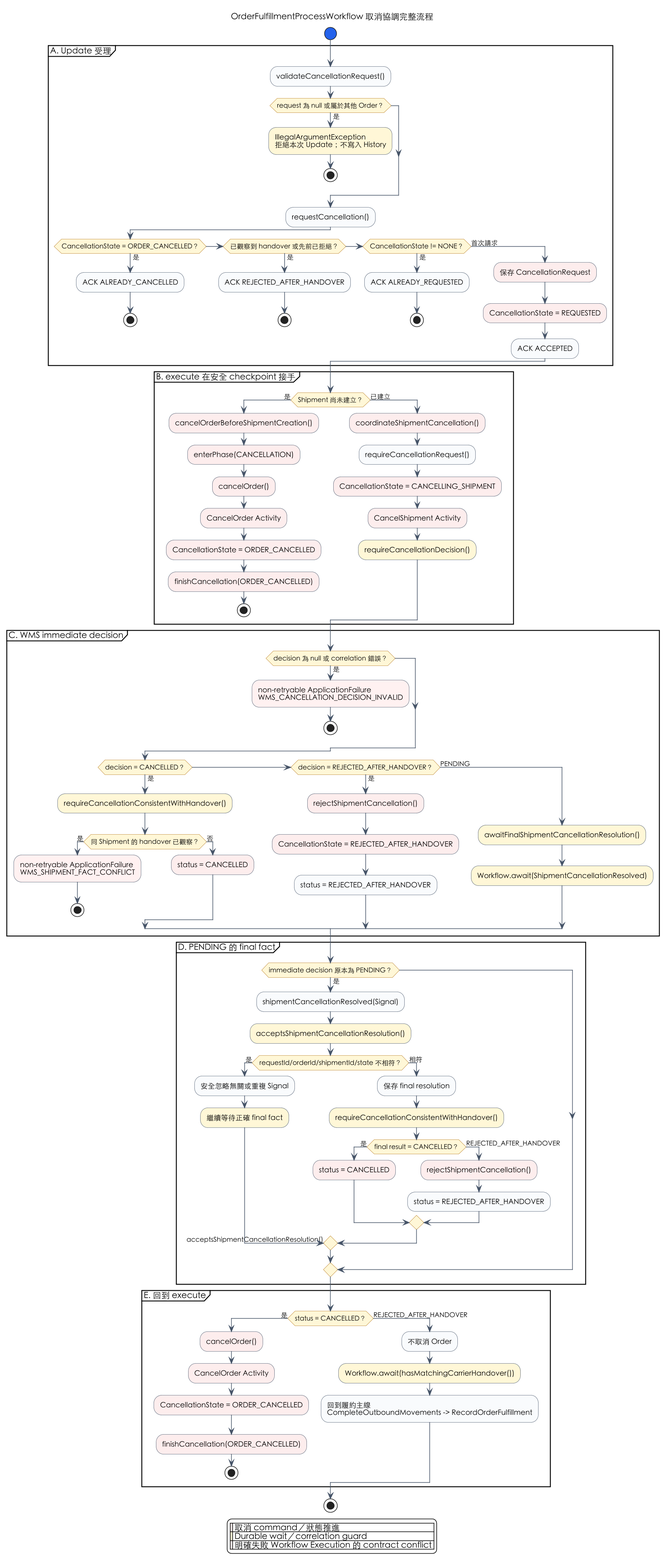
Above: docs/order-fulfillment-process-cancellation-flow.png in zhjiangexe/order-allocation-arch-demo (PlantUML), before the change. Source of this version:
```plantuml
@startuml
title OrderFulfillmentProcessWorkflow 取消協調完整流程

skinparam defaultFontName "Heiti TC"
skinparam dpi 150
skinparam shadowing false
skinparam backgroundColor white
skinparam ArrowColor #475569
skinparam ActivityBorderColor #475569
skinparam ActivityBackgroundColor #F8FAFC
skinparam ActivityDiamondBackgroundColor #FFF7D6
skinparam ActivityDiamondBorderColor #B7791F
skinparam ActivityStartColor #2563EB
skinparam ActivityEndColor #2563EB
skinparam NoteBorderColor #B7791F
skinparam NoteBackgroundColor #FFF7D6

start

partition "A. Update 受理" {
  :validateCancellationRequest();
  if (request 為 null 或屬於其他 Order？) then (是)
    :IllegalArgumentException\n拒絕本次 Update；不寫入 History; <<#FFF7D6>>
    stop
  endif

  :requestCancellation();
  if (CancellationState = ORDER_CANCELLED？) then (是)
    :ACK ALREADY_CANCELLED;
    stop
  elseif (已觀察到 handover 或先前已拒絕？) then (是)
    :ACK REJECTED_AFTER_HANDOVER;
    stop
  elseif (CancellationState != NONE？) then (是)
    :ACK ALREADY_REQUESTED;
    stop
  else (首次請求)
    :保存 CancellationRequest; <<#FDECEC>>
    :CancellationState = REQUESTED; <<#FDECEC>>
    :ACK ACCEPTED;
  endif
}

note right
  ACCEPTED 只表示請求已 durable 進入 Workflow，
  不表示 Shipment 或 Order 已取消。
end note

partition "B. execute 在安全 checkpoint 接手" {
  if (Shipment 尚未建立？) then (是)
    :cancelOrderBeforeShipmentCreation(); <<#FDECEC>>
    :enterPhase(CANCELLATION); <<#FDECEC>>
    :cancelOrder(); <<#FDECEC>>
    :CancelOrder Activity; <<#FDECEC>>
    :CancellationState = ORDER_CANCELLED; <<#FDECEC>>
    :finishCancellation(ORDER_CANCELLED); <<#FDECEC>>
    stop
  else (已建立)
    :coordinateShipmentCancellation(); <<#FDECEC>>
    :requireCancellationRequest();
    :CancellationState = CANCELLING_SHIPMENT; <<#FDECEC>>
    :CancelShipment Activity; <<#FDECEC>>
    :requireCancellationDecision(); <<#FFF7D6>>
  endif
}

partition "C. WMS immediate decision" {
  if (decision 為 null 或 correlation 錯誤？) then (是)
    :non-retryable ApplicationFailure\nWMS_CANCELLATION_DECISION_INVALID; <<#FFF0F0>>
    stop
  endif

  if (decision = CANCELLED？) then (是)
    :requireCancellationConsistentWithHandover(); <<#FFF7D6>>
    if (同 Shipment 的 handover 已觀察？) then (是)
      :non-retryable ApplicationFailure\nWMS_SHIPMENT_FACT_CONFLICT; <<#FFF0F0>>
      stop
    else (否)
      :status = CANCELLED; <<#FDECEC>>
    endif
  elseif (decision = REJECTED_AFTER_HANDOVER？) then (是)
    :rejectShipmentCancellation(); <<#FDECEC>>
    :CancellationState = REJECTED_AFTER_HANDOVER; <<#FDECEC>>
    :status = REJECTED_AFTER_HANDOVER;
  else (PENDING)
    :awaitFinalShipmentCancellationResolution(); <<#FFF7D6>>
    :Workflow.await(ShipmentCancellationResolved); <<#FFF7D6>>
  endif
}

partition "D. PENDING 的 final fact" {
  if (immediate decision 原本為 PENDING？) then (是)
    :shipmentCancellationResolved(Signal);
    :acceptsShipmentCancellationResolution(); <<#FFF7D6>>
    if (requestId/orderId/shipmentId/state 不相符？) then (是)
      :安全忽略無關或重複 Signal;
      :繼續等待正確 final fact; <<#FFF7D6>>
      -> acceptsShipmentCancellationResolution();
    else (相符)
      :保存 final resolution;
      :requireCancellationConsistentWithHandover(); <<#FFF7D6>>
      if (final result = CANCELLED？) then (是)
        :status = CANCELLED; <<#FDECEC>>
      else (REJECTED_AFTER_HANDOVER)
        :rejectShipmentCancellation(); <<#FDECEC>>
        :status = REJECTED_AFTER_HANDOVER;
      endif
    endif
  endif
}

partition "E. 回到 execute" {
  if (status = CANCELLED？) then (是)
    :cancelOrder(); <<#FDECEC>>
    :CancelOrder Activity; <<#FDECEC>>
    :CancellationState = ORDER_CANCELLED; <<#FDECEC>>
    :finishCancellation(ORDER_CANCELLED); <<#FDECEC>>
    stop
  else (REJECTED_AFTER_HANDOVER)
    :不取消 Order;
    :Workflow.await(hasMatchingCarrierHandover()); <<#FFF7D6>>
    :回到履約主線\nCompleteOutboundMovements -> RecordOrderFulfillment;
  endif
}

stop

legend bottom
  |<#FDECEC>| 取消 command／狀態推進 |
  |<#FFF7D6>| Durable wait／correlation guard |
  |<#FFF0F0>| 明確失敗 Workflow Execution 的 contract conflict |
endlegend
@enduml
```
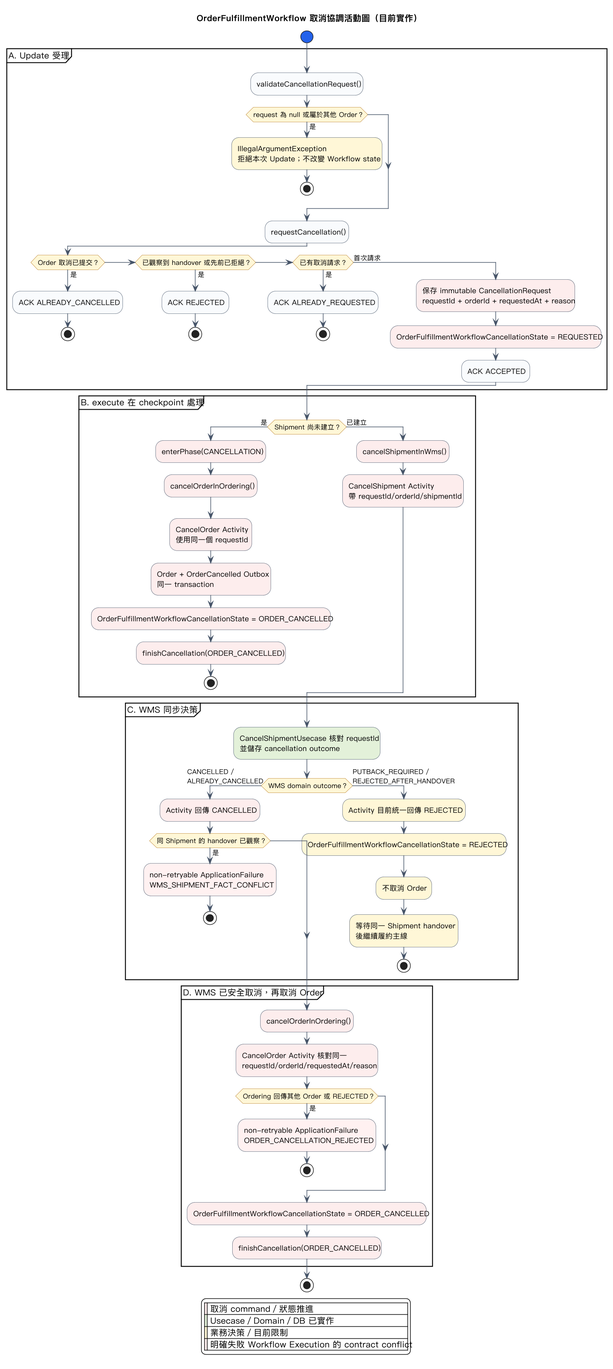
After the commit.

Diff of the diagram source:
```diff
@@ -1,7 +1,7 @@
 @startuml
-title OrderFulfillmentProcessWorkflow 取消協調完整流程
+title OrderFulfillmentWorkflow 取消協調活動圖（目前實作）
 
-skinparam defaultFontName "Heiti TC"
+skinparam defaultFontName "PingFang TC"
 skinparam dpi 150
 skinparam shadowing false
 skinparam backgroundColor white
@@ -20,23 +20,25 @@
 partition "A. Update 受理" {
   :validateCancellationRequest();
   if (request 為 null 或屬於其他 Order？) then (是)
-    :IllegalArgumentException\n拒絕本次 Update；不寫入 History; <<#FFF7D6>>
+    :IllegalArgumentException
+    拒絕本次 Update；不改變 Workflow state; <<#FFF7D6>>
     stop
   endif
 
   :requestCancellation();
-  if (CancellationState = ORDER_CANCELLED？) then (是)
+  if (Order 取消已提交？) then (是)
     :ACK ALREADY_CANCELLED;
     stop
   elseif (已觀察到 handover 或先前已拒絕？) then (是)
-    :ACK REJECTED_AFTER_HANDOVER;
+    :ACK REJECTED;
     stop
-  elseif (CancellationState != NONE？) then (是)
+  elseif (已有取消請求？) then (是)
     :ACK ALREADY_REQUESTED;
     stop
   else (首次請求)
-    :保存 CancellationRequest; <<#FDECEC>>
-    :CancellationState = REQUESTED; <<#FDECEC>>
+    :保存 immutable CancellationRequest
+    requestId + orderId + requestedAt + reason; <<#FDECEC>>
+    :OrderFulfillmentWorkflowCancellationState = REQUESTED; <<#FDECEC>>
     :ACK ACCEPTED;
   endif
 }
@@ -44,90 +46,67 @@
 note right
   ACCEPTED 只表示請求已 durable 進入 Workflow，
   不表示 Shipment 或 Order 已取消。
+
+  目前尚未實作對外 REST／人工取消 entrypoint。
 end note
 
-partition "B. execute 在安全 checkpoint 接手" {
+partition "B. execute 在 checkpoint 處理" {
   if (Shipment 尚未建立？) then (是)
-    :cancelOrderBeforeShipmentCreation(); <<#FDECEC>>
     :enterPhase(CANCELLATION); <<#FDECEC>>
-    :cancelOrder(); <<#FDECEC>>
-    :CancelOrder Activity; <<#FDECEC>>
-    :CancellationState = ORDER_CANCELLED; <<#FDECEC>>
+    :cancelOrderInOrdering(); <<#FDECEC>>
+    :CancelOrder Activity
+    使用同一個 requestId; <<#FDECEC>>
+    :Order + OrderCancelled Outbox
+    同一 transaction; <<#FDECEC>>
+    :OrderFulfillmentWorkflowCancellationState = ORDER_CANCELLED; <<#FDECEC>>
     :finishCancellation(ORDER_CANCELLED); <<#FDECEC>>
     stop
   else (已建立)
-    :coordinateShipmentCancellation(); <<#FDECEC>>
-    :requireCancellationRequest();
-    :CancellationState = CANCELLING_SHIPMENT; <<#FDECEC>>
-    :CancelShipment Activity; <<#FDECEC>>
-    :requireCancellationDecision(); <<#FFF7D6>>
+    :cancelShipmentInWms(); <<#FDECEC>>
+    :CancelShipment Activity
+    帶 requestId/orderId/shipmentId; <<#FDECEC>>
   endif
 }
 
-partition "C. WMS immediate decision" {
-  if (decision 為 null 或 correlation 錯誤？) then (是)
-    :non-retryable ApplicationFailure\nWMS_CANCELLATION_DECISION_INVALID; <<#FFF0F0>>
+partition "C. WMS 同步決策" {
+  :CancelShipmentUsecase 核對 requestId
+  並儲存 cancellation outcome; <<#E2F0D9>>
+  if (WMS domain outcome？) then (CANCELLED /\nALREADY_CANCELLED)
+    :Activity 回傳 CANCELLED; <<#FDECEC>>
+    if (同 Shipment 的 handover 已觀察？) then (是)
+      :non-retryable ApplicationFailure
+      WMS_SHIPMENT_FACT_CONFLICT; <<#FFF0F0>>
+      stop
+    endif
+  else (PUTBACK_REQUIRED /\nREJECTED_AFTER_HANDOVER)
+    :Activity 目前統一回傳 REJECTED; <<#FFF7D6>>
+    :OrderFulfillmentWorkflowCancellationState = REJECTED; <<#FFF7D6>>
+    :不取消 Order; <<#FFF7D6>>
+    :等待同一 Shipment handover
+    後繼續履約主線; <<#FFF7D6>>
     stop
-  endif
-
-  if (decision = CANCELLED？) then (是)
-    :requireCancellationConsistentWithHandover(); <<#FFF7D6>>
-    if (同 Shipment 的 handover 已觀察？) then (是)
-      :non-retryable ApplicationFailure\nWMS_SHIPMENT_FACT_CONFLICT; <<#FFF0F0>>
-      stop
-    else (否)
-      :status = CANCELLED; <<#FDECEC>>
-    endif
-  elseif (decision = REJECTED_AFTER_HANDOVER？) then (是)
-    :rejectShipmentCancellation(); <<#FDECEC>>
-    :CancellationState = REJECTED_AFTER_HANDOVER; <<#FDECEC>>
-    :status = REJECTED_AFTER_HANDOVER;
-  else (PENDING)
-    :awaitFinalShipmentCancellationResolution(); <<#FFF7D6>>
-    :Workflow.await(ShipmentCancellationResolved); <<#FFF7D6>>
   endif
 }
 
-partition "D. PENDING 的 final fact" {
-  if (immediate decision 原本為 PENDING？) then (是)
-    :shipmentCancellationResolved(Signal);
-    :acceptsShipmentCancellationResolution(); <<#FFF7D6>>
-    if (requestId/orderId/shipmentId/state 不相符？) then (是)
-      :安全忽略無關或重複 Signal;
-      :繼續等待正確 final fact; <<#FFF7D6>>
-      -> acceptsShipmentCancellationResolution();
-    else (相符)
-      :保存 final resolution;
-      :requireCancellationConsistentWithHandover(); <<#FFF7D6>>
-      if (final result = CANCELLED？) then (是)
-        :status = CANCELLED; <<#FDECEC>>
-      else (REJECTED_AFTER_HANDOVER)
-        :rejectShipmentCancellation(); <<#FDECEC>>
-        :status = REJECTED_AFTER_HANDOVER;
-      endif
-    endif
+partition "D. WMS 已安全取消，再取消 Order" {
+  :cancelOrderInOrdering(); <<#FDECEC>>
+  :CancelOrder Activity 核對同一
+  requestId/orderId/requestedAt/reason; <<#FDECEC>>
+  if (Ordering 回傳其他 Order 或 REJECTED？) then (是)
+    :non-retryable ApplicationFailure
+    ORDER_CANCELLATION_REJECTED; <<#FFF0F0>>
+    stop
   endif
-}
-
-partition "E. 回到 execute" {
-  if (status = CANCELLED？) then (是)
-    :cancelOrder(); <<#FDECEC>>
-    :CancelOrder Activity; <<#FDECEC>>
-    :CancellationState = ORDER_CANCELLED; <<#FDECEC>>
-    :finishCancellation(ORDER_CANCELLED); <<#FDECEC>>
-    stop
-  else (REJECTED_AFTER_HANDOVER)
-    :不取消 Order;
-    :Workflow.await(hasMatchingCarrierHandover()); <<#FFF7D6>>
-    :回到履約主線\nCompleteOutboundMovements -> RecordOrderFulfillment;
-  endif
+  :OrderFulfillmentWorkflowCancellationState = ORDER_CANCELLED; <<#FDECEC>>
+  :finishCancellation(ORDER_CANCELLED); <<#FDECEC>>
 }
 
 stop
 
 legend bottom
   |<#FDECEC>| 取消 command／狀態推進 |
-  |<#FFF7D6>| Durable wait／correlation guard |
+  |<#E2F0D9>| Usecase／Domain／DB 已實作 |
+  |<#FFF7D6>| 業務決策／目前限制 |
   |<#FFF0F0>| 明確失敗 Workflow Execution 的 contract conflict |
 endlegend
 @enduml
```
